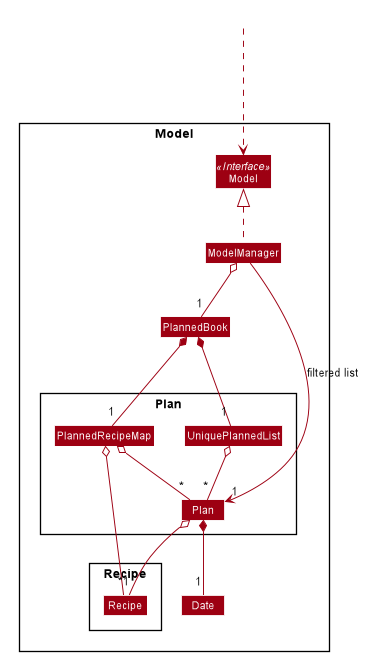
Earlier version of the PlantUML export docs/images/ModelPlanClassDiagram.png (nus-cs2103-AY1920S2/addressbook-level3).
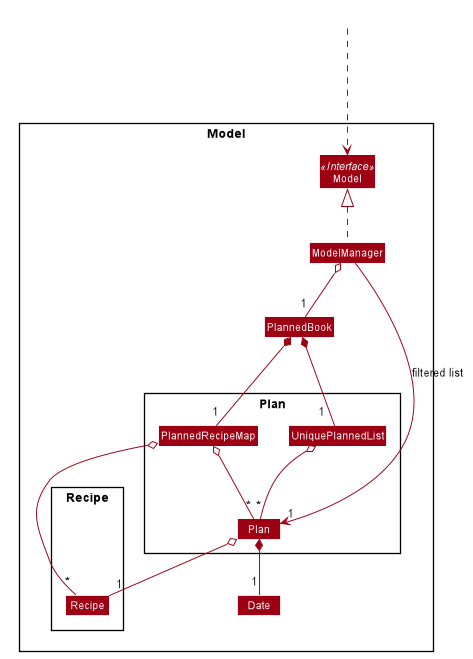
After the commit.

What changed in the source:
```diff
@@ -69,14 +69,17 @@
 class Date
 
 Package Recipe {
+
     class Recipe
+    class Hidden #FFFFFF
 }
 HiddenOutside ...> Model
 ModelManager o-- "1" PlannedBook
 ModelManager .up.|> Model
 ModelManager --> "1" Plan : filtered list
 
-PlannedBook *-down-"1" UniquePlannedList
+Recipe -up[hidden]- Hidden
+PlannedBook *-down-"         1" UniquePlannedList
 PlannedBook *-down-"1" PlannedRecipeMap
 UniquePlannedList o-- "*" Plan
 PlannedRecipeMap o-- "*" Plan
```
